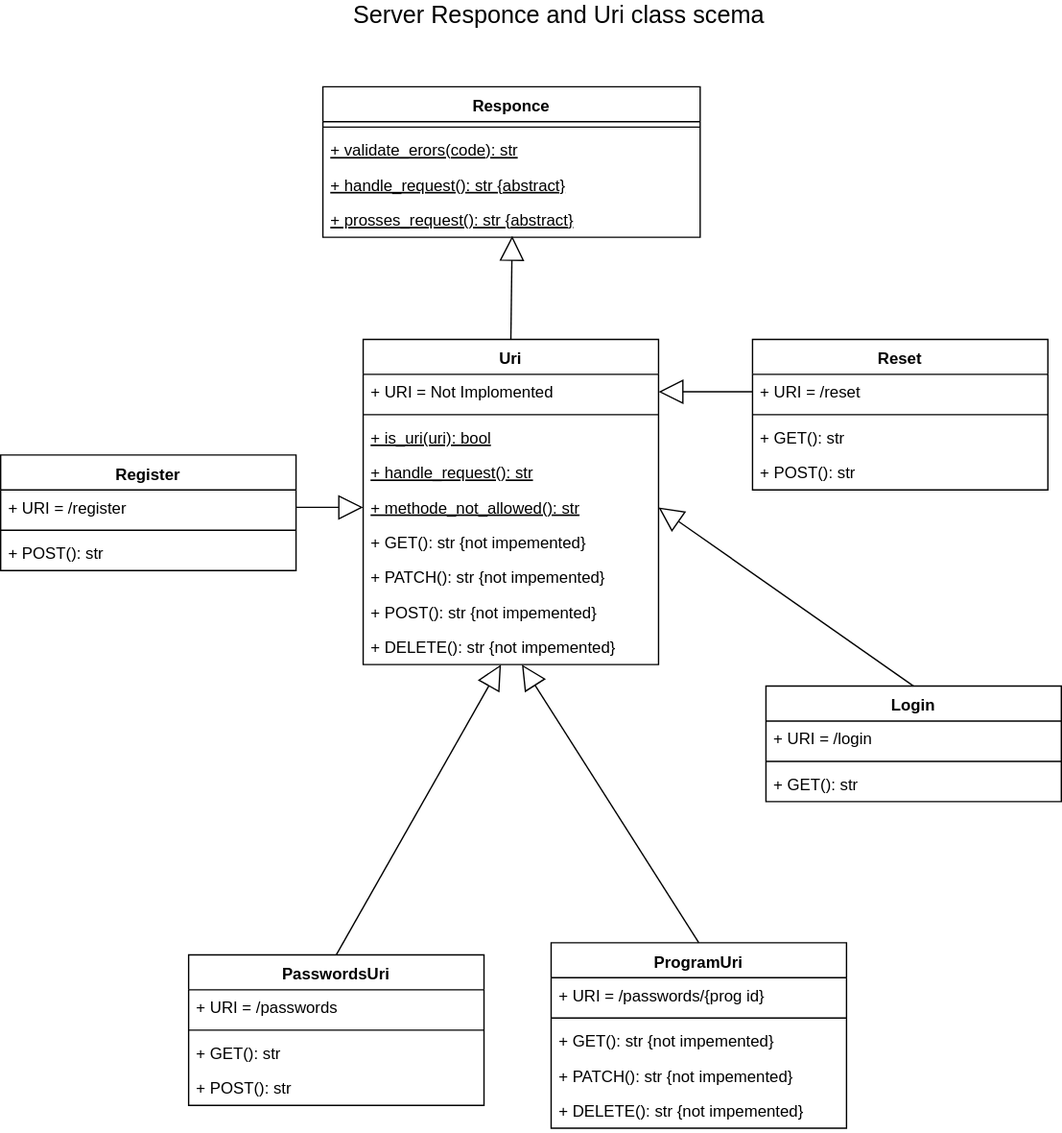
Earlier version of the draw.io export Documents/server class diagram-URI.svg (adibl/password_saver). Source tidied: cells renumbered, new cells last; positions are measured from the earlier drawing's top-left corner, leaving out a move shared by most shapes.
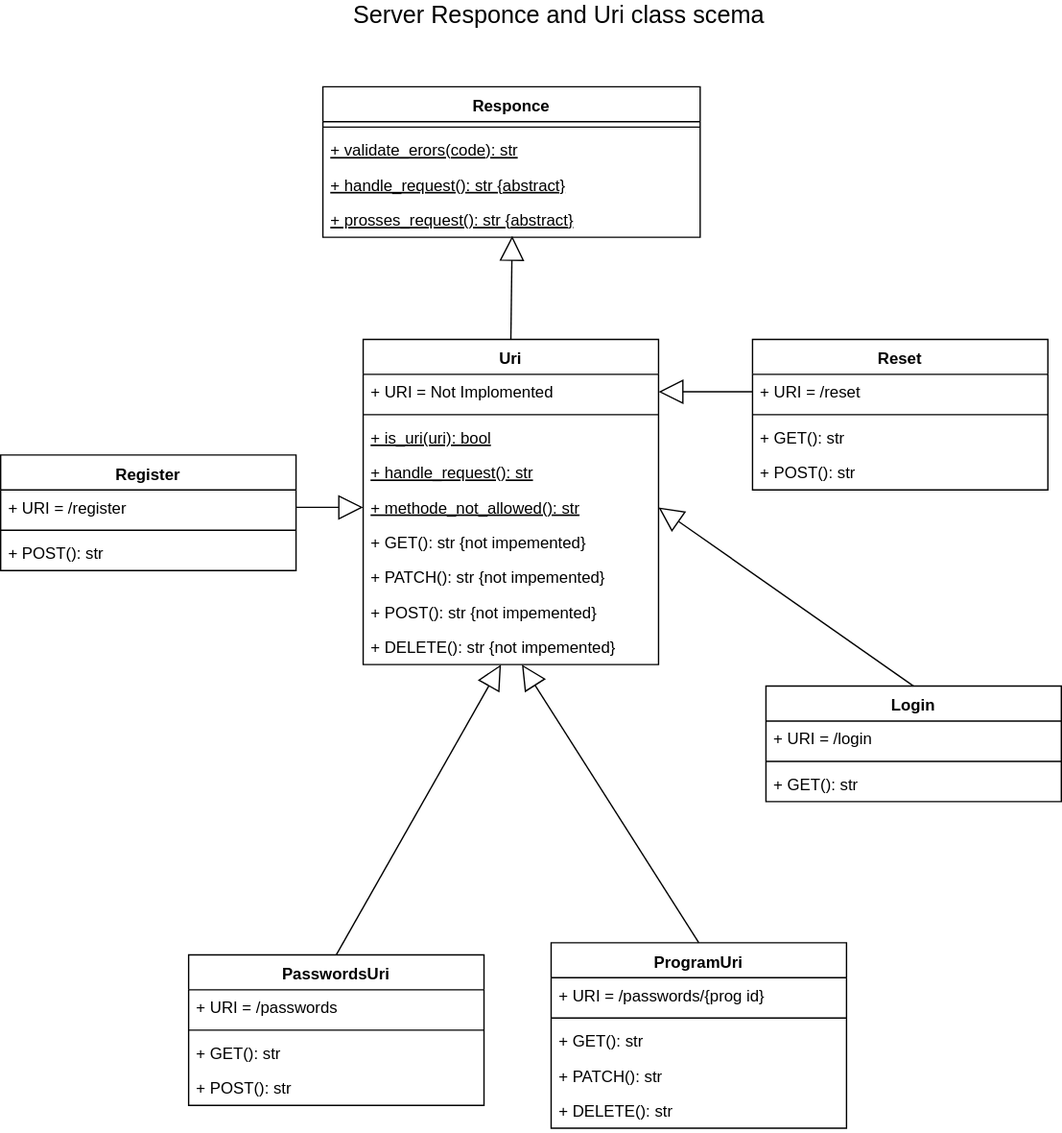
After the commit.

Commit message:
fix uri server scema

Change to the diagram source:
```diff
@@ -56,13 +56,13 @@
     <mxCell id="19" style="line;strokeWidth=1;fillColor=none;align=left;verticalAlign=middle;spacingTop=-1;spacingLeft=3;spacingRight=3;labelPosition=right;" parent="17" vertex="1">
       <mxGeometry y="52" width="220" height="8" as="geometry" />
     </mxCell>
-    <mxCell id="20" value="+ GET(): str {not impemented}" style="text;strokeColor=none;fillColor=none;align=left;verticalAlign=top;spacingLeft=4;spacingRight=4;overflow=hidden;fontStyle=0;" parent="17" vertex="1">
+    <mxCell id="20" value="+ GET(): str " style="text;strokeColor=none;fillColor=none;align=left;verticalAlign=top;spacingLeft=4;spacingRight=4;overflow=hidden;fontStyle=0;" parent="17" vertex="1">
       <mxGeometry y="60" width="220" height="26" as="geometry" />
     </mxCell>
-    <mxCell id="21" value="+ PATCH(): str {not impemented}" style="text;strokeColor=none;fillColor=none;align=left;verticalAlign=top;spacingLeft=4;spacingRight=4;overflow=hidden;fontStyle=0;" parent="17" vertex="1">
+    <mxCell id="21" value="+ PATCH(): str " style="text;strokeColor=none;fillColor=none;align=left;verticalAlign=top;spacingLeft=4;spacingRight=4;overflow=hidden;fontStyle=0;" parent="17" vertex="1">
       <mxGeometry y="86" width="220" height="26" as="geometry" />
     </mxCell>
-    <mxCell id="22" value="+ DELETE(): str {not impemented}" style="text;strokeColor=none;fillColor=none;align=left;verticalAlign=top;spacingLeft=4;spacingRight=4;overflow=hidden;fontStyle=0;" parent="17" vertex="1">
+    <mxCell id="22" value="+ DELETE(): str " style="text;strokeColor=none;fillColor=none;align=left;verticalAlign=top;spacingLeft=4;spacingRight=4;overflow=hidden;fontStyle=0;" parent="17" vertex="1">
       <mxGeometry y="112" width="220" height="26" as="geometry" />
     </mxCell>
     <mxCell id="23" value="PasswordsUri" style="swimlane;fontStyle=1;align=center;verticalAlign=top;horizontal=1;startSize=26;" parent="1" vertex="1">
```
